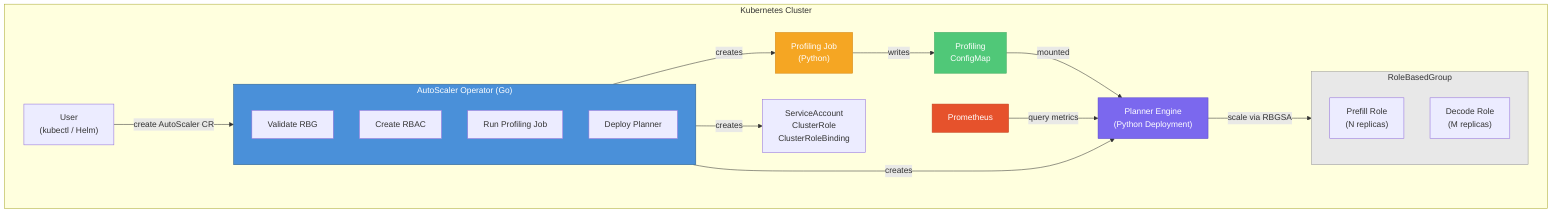
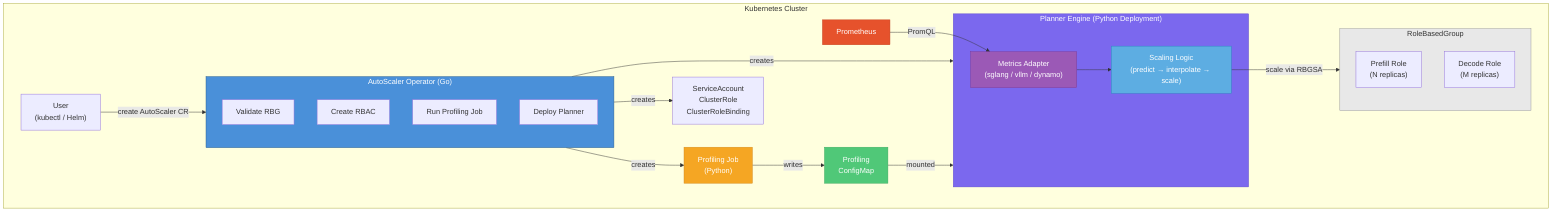
graph TB
    subgraph Kubernetes Cluster
        User["User<br/>(kubectl / Helm)"] -->|"create AutoScaler CR"| Operator

        subgraph Operator["AutoScaler Operator (Go)"]
            Validate["Validate RBG"]
            RBAC["Create RBAC"]
            Profile["Run Profiling Job"]
            Deploy["Deploy Planner"]
        end

        Operator -->|"creates"| SA["ServiceAccount<br/>ClusterRole<br/>ClusterRoleBinding"]
        Operator -->|"creates"| PJ["Profiling Job<br/>(Python)"]
        PJ -->|"writes"| CM["Profiling<br/>ConfigMap"]
-         Operator -->|"creates"| Planner["Planner Engine<br/>(Python Deployment)"]
+         Operator -->|"creates"| PlannerDep

-         CM -->|"mounted"| Planner
-         Prometheus["Prometheus"] -->|"query metrics"| Planner
-         Planner -->|"scale via RBGSA"| RBG
+         subgraph PlannerDep["Planner Engine (Python Deployment)"]
+             Adapter["Metrics Adapter<br/>(sglang / vllm / dynamo)"]
+             Core["Scaling Logic<br/>(predict &rarr; interpolate &rarr; scale)"]
+             Adapter --> Core
+         end
+ 
+         CM -->|"mounted"| PlannerDep
+         Prometheus["Prometheus"] -->|"PromQL"| Adapter
+         Core -->|"scale via RBGSA"| RBG

        subgraph RBG["RoleBasedGroup"]
            Prefill["Prefill Role<br/>(N replicas)"]
            Decode["Decode Role<br/>(M replicas)"]
        end
    end

    style Operator fill:#4A90D9,stroke:#2C5F8A,color:#fff
-     style Planner fill:#7B68EE,stroke:#5B48CE,color:#fff
+     style PlannerDep fill:#7B68EE,stroke:#5B48CE,color:#fff
+     style Adapter fill:#9B59B6,stroke:#7D3C98,color:#fff
+     style Core fill:#5DADE2,stroke:#2E86C1,color:#fff
    style PJ fill:#F5A623,stroke:#D4891A,color:#fff
    style CM fill:#50C878,stroke:#3AA85E,color:#fff
    style RBG fill:#E8E8E8,stroke:#999
    style Prometheus fill:#E6522C,stroke:#C4411E,color:#fff
